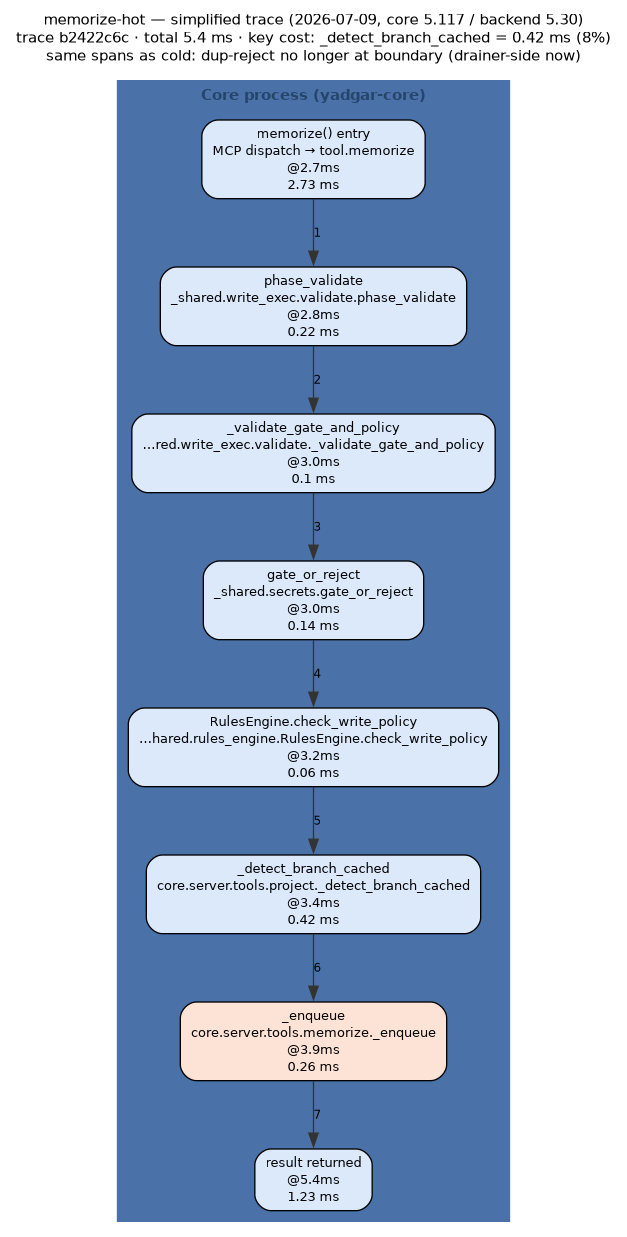
m-agahi/yadgar keeps this Graphviz diagram as docs/diagrams/out/memorize-hot-trace-2026-07-09.png. Above is the earlier version. Its source is kept beside it as docs/diagrams/out/memorize-hot-trace-2026-07-09.dot.
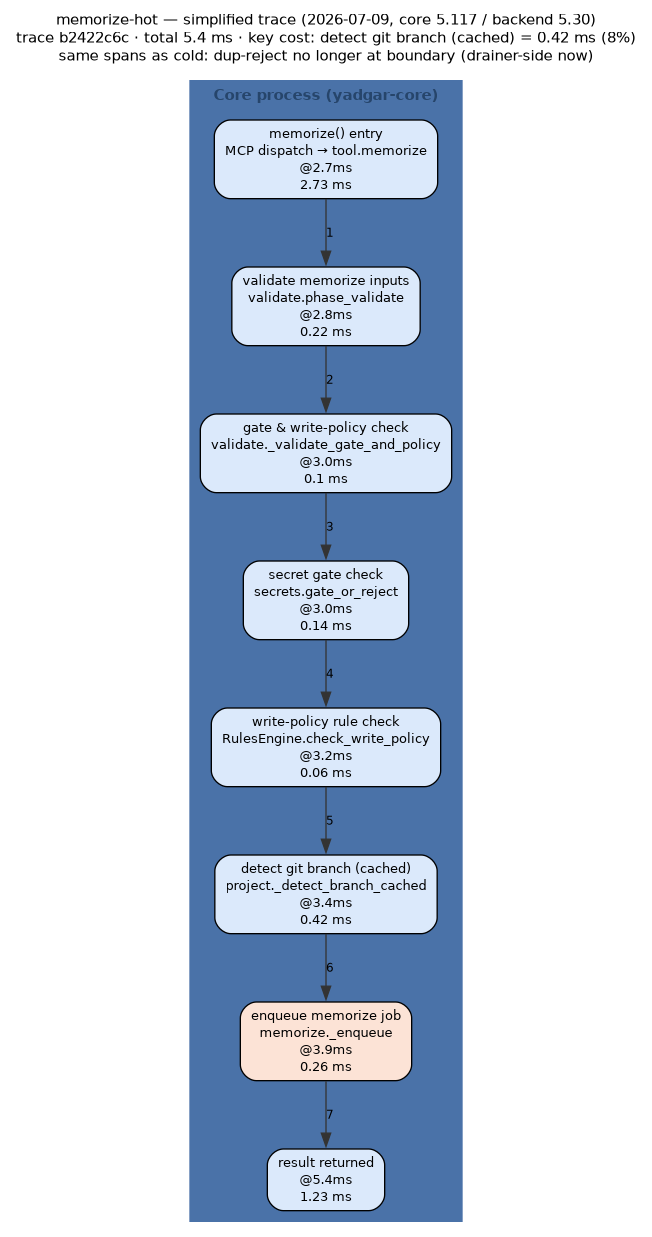
The same file after the commit.

What changed in the source:
```diff
@@ -8,7 +8,7 @@
   node  [fontname="Helvetica", fontsize=10];
   edge  [fontname="Helvetica", fontsize=9];
   label="memorize-hot — simplified trace (2026-07-09, core 5.117 / backend 5.30)
-trace b2422c6c · total 5.4 ms · key cost: _detect_branch_cached = 0.42 ms (8%)\nsame spans as cold: dup-reject no longer at boundary (drainer-side now)";
+trace b2422c6c · total 5.4 ms · key cost: detect git branch (cached) = 0.42 ms (8%)\nsame spans as cold: dup-reject no longer at boundary (drainer-side now)";
   subgraph "cluster_core" {
     label="Core process (yadgar-core)";
     style=filled;
@@ -17,12 +17,12 @@
     fontcolor="#26456b";
     fontname="Helvetica-Bold";
     "entry" [shape="box", style="rounded,filled", fillcolor="#dbe9fb", label="memorize() entry\nMCP dispatch → tool.memorize\n@2.7ms\n2.73 ms"];
-    "s0" [shape="box", style="rounded,filled", fillcolor="#dbe9fb", label="phase_validate\n_shared.write_exec.validate.phase_validate\n@2.8ms\n0.22 ms"];
-    "s1" [shape="box", style="rounded,filled", fillcolor="#dbe9fb", label="_validate_gate_and_policy\n…red.write_exec.validate._validate_gate_and_policy\n@3.0ms\n0.1 ms"];
-    "s2" [shape="box", style="rounded,filled", fillcolor="#dbe9fb", label="gate_or_reject\n_shared.secrets.gate_or_reject\n@3.0ms\n0.14 ms"];
-    "s3" [shape="box", style="rounded,filled", fillcolor="#dbe9fb", label="RulesEngine.check_write_policy\n…hared.rules_engine.RulesEngine.check_write_policy\n@3.2ms\n0.06 ms"];
-    "s4" [shape="box", style="rounded,filled", fillcolor="#dbe9fb", label="_detect_branch_cached\ncore.server.tools.project._detect_branch_cached\n@3.4ms\n0.42 ms"];
-    "s5" [shape="box", style="rounded,filled", fillcolor="#fce3d6", label="_enqueue\ncore.server.tools.memorize._enqueue\n@3.9ms\n0.26 ms"];
+    "s0" [shape="box", style="rounded,filled", fillcolor="#dbe9fb", label="validate memorize inputs\nvalidate.phase_validate\n@2.8ms\n0.22 ms"];
+    "s1" [shape="box", style="rounded,filled", fillcolor="#dbe9fb", label="gate & write-policy check\nvalidate._validate_gate_and_policy\n@3.0ms\n0.1 ms"];
+    "s2" [shape="box", style="rounded,filled", fillcolor="#dbe9fb", label="secret gate check\nsecrets.gate_or_reject\n@3.0ms\n0.14 ms"];
+    "s3" [shape="box", style="rounded,filled", fillcolor="#dbe9fb", label="write-policy rule check\nRulesEngine.check_write_policy\n@3.2ms\n0.06 ms"];
+    "s4" [shape="box", style="rounded,filled", fillcolor="#dbe9fb", label="detect git branch (cached)\nproject._detect_branch_cached\n@3.4ms\n0.42 ms"];
+    "s5" [shape="box", style="rounded,filled", fillcolor="#fce3d6", label="enqueue memorize job\nmemorize._enqueue\n@3.9ms\n0.26 ms"];
     "done" [shape="box", style="rounded,filled", fillcolor="#dbe9fb", label="result returned\n@5.4ms\n1.23 ms"];
   }
   "entry" -> "s0" [color="#333333", style="solid", label="1"];
```
